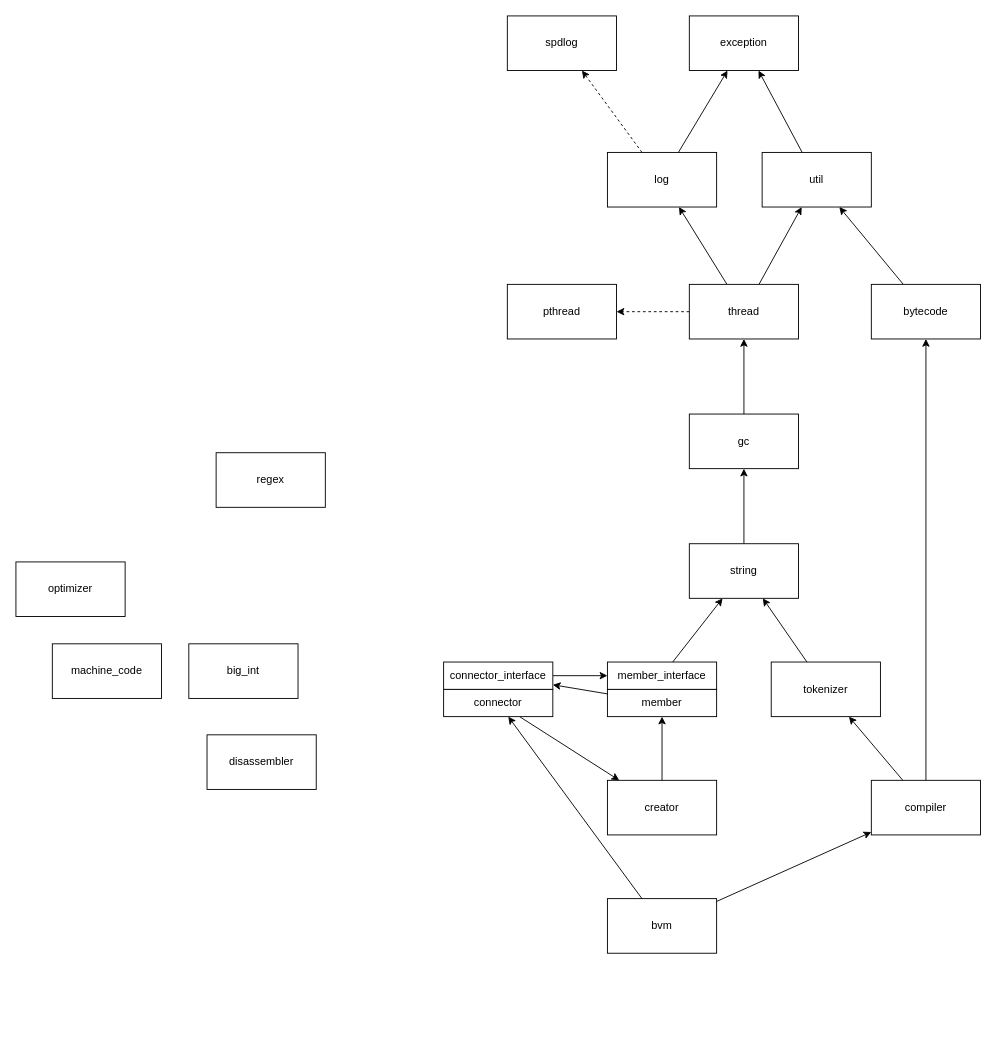
Earlier version of the draw.io diagram page "Dependencies" (3 of 4) of Components.drawio (bialang/bia). Source tidied: cells renumbered, new cells numbered last; positions are measured from the earlier drawing's top-left corner, leaving out a move shared by most shapes. Both pictures are drawn from the tidied source at 91%, with x=0, y=0 at pixel (15, 15).
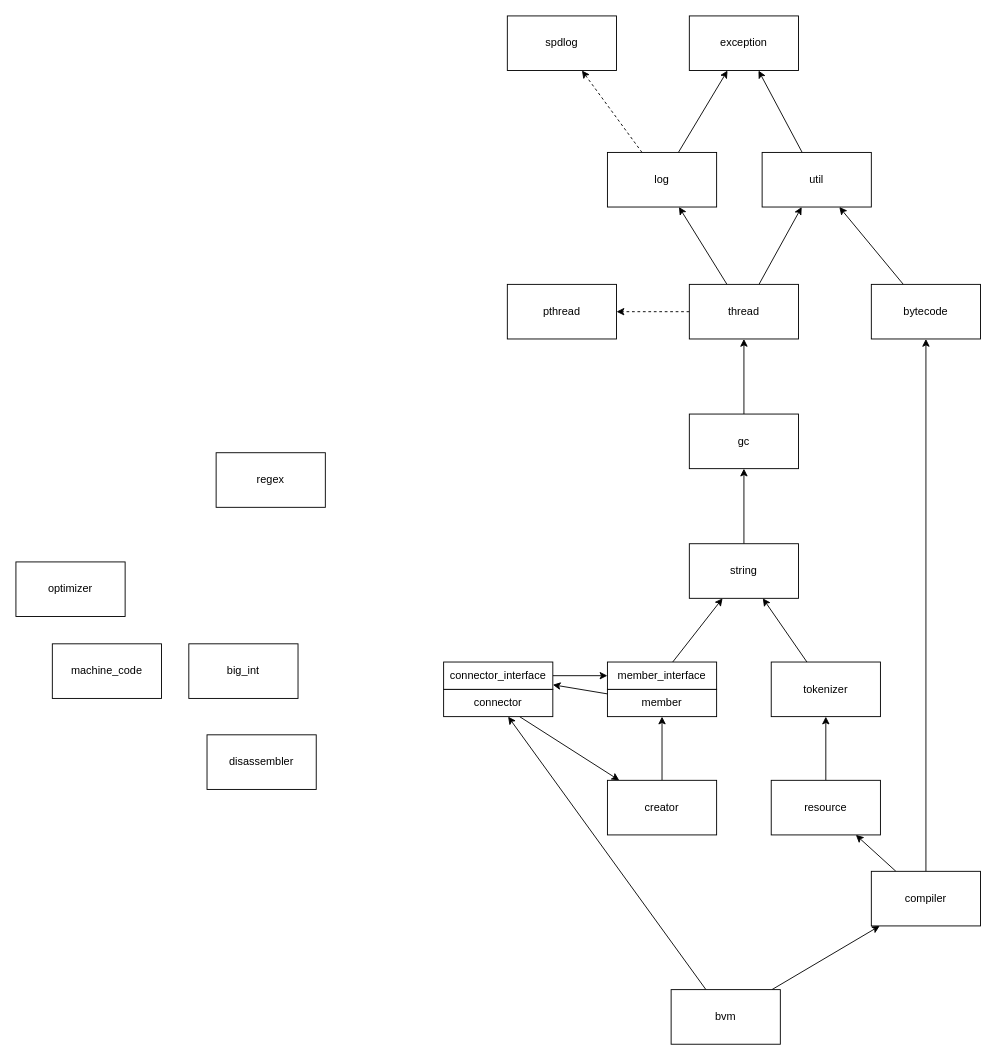
After the change.

Unchanged cells that the change refers to:
```xml
<mxCell id="19" value="tokenizer" style="rounded=0;whiteSpace=wrap;html=1;" parent="1" vertex="1">
  <mxGeometry x="830" y="710" width="120" height="60" as="geometry" />
</mxCell>
```

Change to the diagram source:
```diff
@@
     <mxCell id="17" value="bvm" style="rounded=0;whiteSpace=wrap;html=1;" parent="1" vertex="1">
-      <mxGeometry x="650" y="970" width="120" height="60" as="geometry" />
+      <mxGeometry x="720" y="1070" width="120" height="60" as="geometry" />
     </mxCell>
@@
-    <mxCell id="21" style="edgeStyle=none;rounded=0;jettySize=auto;html=1;" parent="1" edge="1" source="22" target="19">
+    <mxCell id="21" style="edgeStyle=none;rounded=0;jettySize=auto;html=1;" parent="1" edge="1" source="22" target="45">
       <mxGeometry relative="1" as="geometry" />
     </mxCell>
     <mxCell id="22" value="compiler" style="rounded=0;whiteSpace=wrap;html=1;" parent="1" vertex="1">
-      <mxGeometry x="940" y="840" width="120" height="60" as="geometry" />
+      <mxGeometry x="940" y="940" width="120" height="60" as="geometry" />
     </mxCell>
@@
+    <mxCell id="44" style="rounded=0;jettySize=auto;html=1;" parent="1" edge="1" source="45" target="19">
+      <mxGeometry relative="1" as="geometry" />
+    </mxCell>
+    <mxCell id="45" value="resource" style="rounded=0;whiteSpace=wrap;html=1;" parent="1" vertex="1">
+      <mxGeometry x="830" y="840" width="120" height="60" as="geometry" />
+    </mxCell>
```
